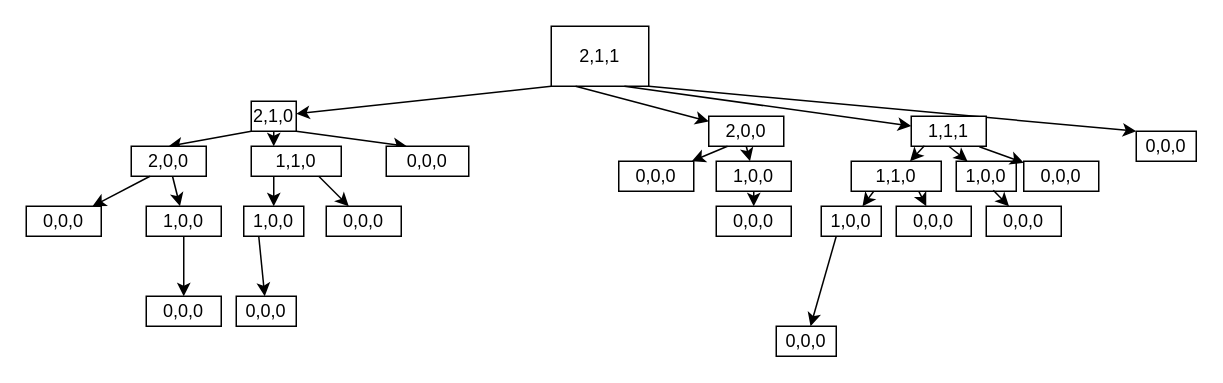
This is Untitled Diagram.drawio from regentCracker/Spoon-Knife, a draw.io file, before an edit. Source tidied: cells renumbered, new cells numbered last; positions are measured from the earlier drawing's top-left corner, leaving out a move shared by most shapes. Both pictures are drawn from the tidied source at 150%, with x=0, y=0 at pixel (26, 26).
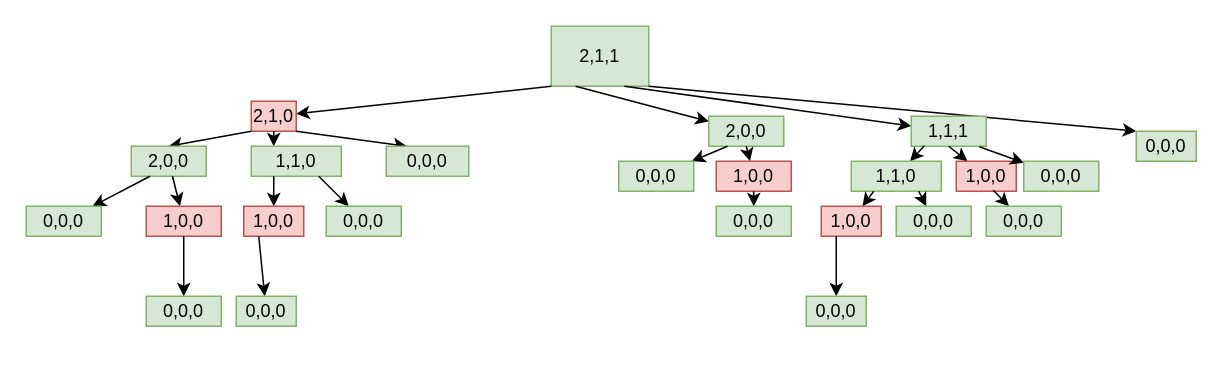
Above is the later version.

The edit, as a diff of the source:
```diff
@@
-    <mxCell id="2" value="2,1,1" style="rounded=0;whiteSpace=wrap;html=1;" parent="1" vertex="1">
+    <mxCell id="2" value="2,1,1" style="rounded=0;whiteSpace=wrap;html=1;fillColor=#d5e8d4;strokeColor=#82b366;" parent="1" vertex="1">
       <mxGeometry x="350" width="65" height="40" as="geometry" />
     </mxCell>
@@
-    <mxCell id="4" value="2,1,0" style="rounded=0;whiteSpace=wrap;html=1;" parent="1" vertex="1">
+    <mxCell id="4" value="2,1,0" style="rounded=0;whiteSpace=wrap;html=1;fillColor=#f8cecc;strokeColor=#b85450;" parent="1" vertex="1">
       <mxGeometry x="150" y="50" width="30" height="20" as="geometry" />
     </mxCell>
@@
-    <mxCell id="6" value="0,0,0" style="rounded=0;whiteSpace=wrap;html=1;" parent="1" vertex="1">
+    <mxCell id="6" value="0,0,0" style="rounded=0;whiteSpace=wrap;html=1;fillColor=#d5e8d4;strokeColor=#82b366;" parent="1" vertex="1">
       <mxGeometry x="740" y="70" width="40" height="20" as="geometry" />
     </mxCell>
@@
-    <mxCell id="9" value="1,1,1" style="rounded=0;whiteSpace=wrap;html=1;" parent="1" vertex="1">
+    <mxCell id="9" value="1,1,1" style="rounded=0;whiteSpace=wrap;html=1;fillColor=#d5e8d4;strokeColor=#82b366;" parent="1" vertex="1">
       <mxGeometry x="590" y="60" width="50" height="20" as="geometry" />
     </mxCell>
-    <mxCell id="10" value="2,0,0" style="rounded=0;whiteSpace=wrap;html=1;" parent="1" vertex="1">
+    <mxCell id="10" value="2,0,0" style="rounded=0;whiteSpace=wrap;html=1;fillColor=#d5e8d4;strokeColor=#82b366;" parent="1" vertex="1">
       <mxGeometry x="455" y="60" width="50" height="20" as="geometry" />
     </mxCell>
@@
-    <mxCell id="12" value="1,1,0" style="rounded=0;whiteSpace=wrap;html=1;" parent="1" vertex="1">
+    <mxCell id="12" value="1,1,0" style="rounded=0;whiteSpace=wrap;html=1;fillColor=#d5e8d4;strokeColor=#82b366;" parent="1" vertex="1">
       <mxGeometry x="550" y="90" width="60" height="20" as="geometry" />
     </mxCell>
@@
-    <mxCell id="14" value="1,0,0" style="rounded=0;whiteSpace=wrap;html=1;" parent="1" vertex="1">
+    <mxCell id="14" value="1,0,0" style="rounded=0;whiteSpace=wrap;html=1;fillColor=#f8cecc;strokeColor=#b85450;" parent="1" vertex="1">
       <mxGeometry x="620" y="90" width="40" height="20" as="geometry" />
     </mxCell>
@@
-    <mxCell id="16" value="1,0,0" style="rounded=0;whiteSpace=wrap;html=1;" parent="1" vertex="1">
+    <mxCell id="16" value="1,0,0" style="rounded=0;whiteSpace=wrap;html=1;fillColor=#f8cecc;strokeColor=#b85450;" parent="1" vertex="1">
       <mxGeometry x="530" y="120" width="40" height="20" as="geometry" />
     </mxCell>
@@
-    <mxCell id="18" value="0,0,0" style="rounded=0;whiteSpace=wrap;html=1;" parent="1" vertex="1">
+    <mxCell id="18" value="0,0,0" style="rounded=0;whiteSpace=wrap;html=1;fillColor=#d5e8d4;strokeColor=#82b366;" parent="1" vertex="1">
       <mxGeometry x="580" y="120" width="50" height="20" as="geometry" />
     </mxCell>
@@
-    <mxCell id="20" value="0,0,0" style="rounded=0;whiteSpace=wrap;html=1;" parent="1" vertex="1">
+    <mxCell id="20" value="0,0,0" style="rounded=0;whiteSpace=wrap;html=1;fillColor=#d5e8d4;strokeColor=#82b366;" parent="1" vertex="1">
       <mxGeometry x="640" y="120" width="50" height="20" as="geometry" />
     </mxCell>
@@
-    <mxCell id="22" value="0,0,0" style="rounded=0;whiteSpace=wrap;html=1;" parent="1" vertex="1">
+    <mxCell id="22" value="0,0,0" style="rounded=0;whiteSpace=wrap;html=1;fillColor=#d5e8d4;strokeColor=#82b366;" parent="1" vertex="1">
       <mxGeometry x="665" y="90" width="50" height="20" as="geometry" />
     </mxCell>
@@
-    <mxCell id="24" value="0,0,0" style="rounded=0;whiteSpace=wrap;html=1;" parent="1" vertex="1">
+    <mxCell id="24" value="0,0,0" style="rounded=0;whiteSpace=wrap;html=1;fillColor=#d5e8d4;strokeColor=#82b366;" parent="1" vertex="1">
       <mxGeometry x="395" y="90" width="50" height="20" as="geometry" />
     </mxCell>
@@
-    <mxCell id="26" value="1,0,0" style="rounded=0;whiteSpace=wrap;html=1;" parent="1" vertex="1">
+    <mxCell id="26" value="1,0,0" style="rounded=0;whiteSpace=wrap;html=1;fillColor=#f8cecc;strokeColor=#b85450;" parent="1" vertex="1">
       <mxGeometry x="460" y="90" width="50" height="20" as="geometry" />
     </mxCell>
@@
-    <mxCell id="28" value="0,0,0" style="rounded=0;whiteSpace=wrap;html=1;" parent="1" vertex="1">
+    <mxCell id="28" value="0,0,0" style="rounded=0;whiteSpace=wrap;html=1;fillColor=#d5e8d4;strokeColor=#82b366;" parent="1" vertex="1">
       <mxGeometry x="460" y="120" width="50" height="20" as="geometry" />
     </mxCell>
@@
-    <mxCell id="30" value="0,0,0" style="rounded=0;whiteSpace=wrap;html=1;" parent="1" vertex="1">
-      <mxGeometry x="500" y="200" width="40" height="20" as="geometry" />
+    <mxCell id="30" value="0,0,0" style="rounded=0;whiteSpace=wrap;html=1;fillColor=#d5e8d4;strokeColor=#82b366;" parent="1" vertex="1">
+      <mxGeometry x="520" y="180" width="40" height="20" as="geometry" />
     </mxCell>
@@
-    <mxCell id="34" value="0,0,0" style="rounded=0;whiteSpace=wrap;html=1;" parent="1" vertex="1">
+    <mxCell id="34" value="0,0,0" style="rounded=0;whiteSpace=wrap;html=1;fillColor=#d5e8d4;strokeColor=#82b366;" parent="1" vertex="1">
       <mxGeometry x="240" y="80" width="55" height="20" as="geometry" />
     </mxCell>
-    <mxCell id="35" value="1,1,0" style="rounded=0;whiteSpace=wrap;html=1;" parent="1" vertex="1">
+    <mxCell id="35" value="1,1,0" style="rounded=0;whiteSpace=wrap;html=1;fillColor=#d5e8d4;strokeColor=#82b366;" parent="1" vertex="1">
       <mxGeometry x="150" y="80" width="60" height="20" as="geometry" />
     </mxCell>
@@
-    <mxCell id="37" value="1,0,0" style="rounded=0;whiteSpace=wrap;html=1;" parent="1" vertex="1">
+    <mxCell id="37" value="1,0,0" style="rounded=0;whiteSpace=wrap;html=1;fillColor=#f8cecc;strokeColor=#b85450;" parent="1" vertex="1">
       <mxGeometry x="145" y="120" width="40" height="20" as="geometry" />
     </mxCell>
@@
-    <mxCell id="39" value="0,0,0" style="rounded=0;whiteSpace=wrap;html=1;" parent="1" vertex="1">
+    <mxCell id="39" value="0,0,0" style="rounded=0;whiteSpace=wrap;html=1;fillColor=#d5e8d4;strokeColor=#82b366;" parent="1" vertex="1">
       <mxGeometry x="200" y="120" width="50" height="20" as="geometry" />
     </mxCell>
@@
-    <mxCell id="41" value="0,0,0" style="rounded=0;whiteSpace=wrap;html=1;" parent="1" vertex="1">
+    <mxCell id="41" value="0,0,0" style="rounded=0;whiteSpace=wrap;html=1;fillColor=#d5e8d4;strokeColor=#82b366;" parent="1" vertex="1">
       <mxGeometry x="140" y="180" width="40" height="20" as="geometry" />
     </mxCell>
-    <mxCell id="42" value="2,0,0" style="rounded=0;whiteSpace=wrap;html=1;" parent="1" vertex="1">
+    <mxCell id="42" value="2,0,0" style="rounded=0;whiteSpace=wrap;html=1;fillColor=#d5e8d4;strokeColor=#82b366;" parent="1" vertex="1">
       <mxGeometry x="70" y="80" width="50" height="20" as="geometry" />
     </mxCell>
@@
-    <mxCell id="44" value="0,0,0" style="rounded=0;whiteSpace=wrap;html=1;" parent="1" vertex="1">
+    <mxCell id="44" value="0,0,0" style="rounded=0;whiteSpace=wrap;html=1;fillColor=#d5e8d4;strokeColor=#82b366;" parent="1" vertex="1">
       <mxGeometry y="120" width="50" height="20" as="geometry" />
     </mxCell>
@@
-    <mxCell id="46" value="1,0,0" style="rounded=0;whiteSpace=wrap;html=1;" parent="1" vertex="1">
+    <mxCell id="46" value="1,0,0" style="rounded=0;whiteSpace=wrap;html=1;fillColor=#f8cecc;strokeColor=#b85450;" parent="1" vertex="1">
       <mxGeometry x="80" y="120" width="50" height="20" as="geometry" />
     </mxCell>
@@
-    <mxCell id="48" value="0,0,0" style="rounded=0;whiteSpace=wrap;html=1;" parent="1" vertex="1">
+    <mxCell id="48" value="0,0,0" style="rounded=0;whiteSpace=wrap;html=1;fillColor=#d5e8d4;strokeColor=#82b366;" parent="1" vertex="1">
       <mxGeometry x="80" y="180" width="50" height="20" as="geometry" />
     </mxCell>
```
